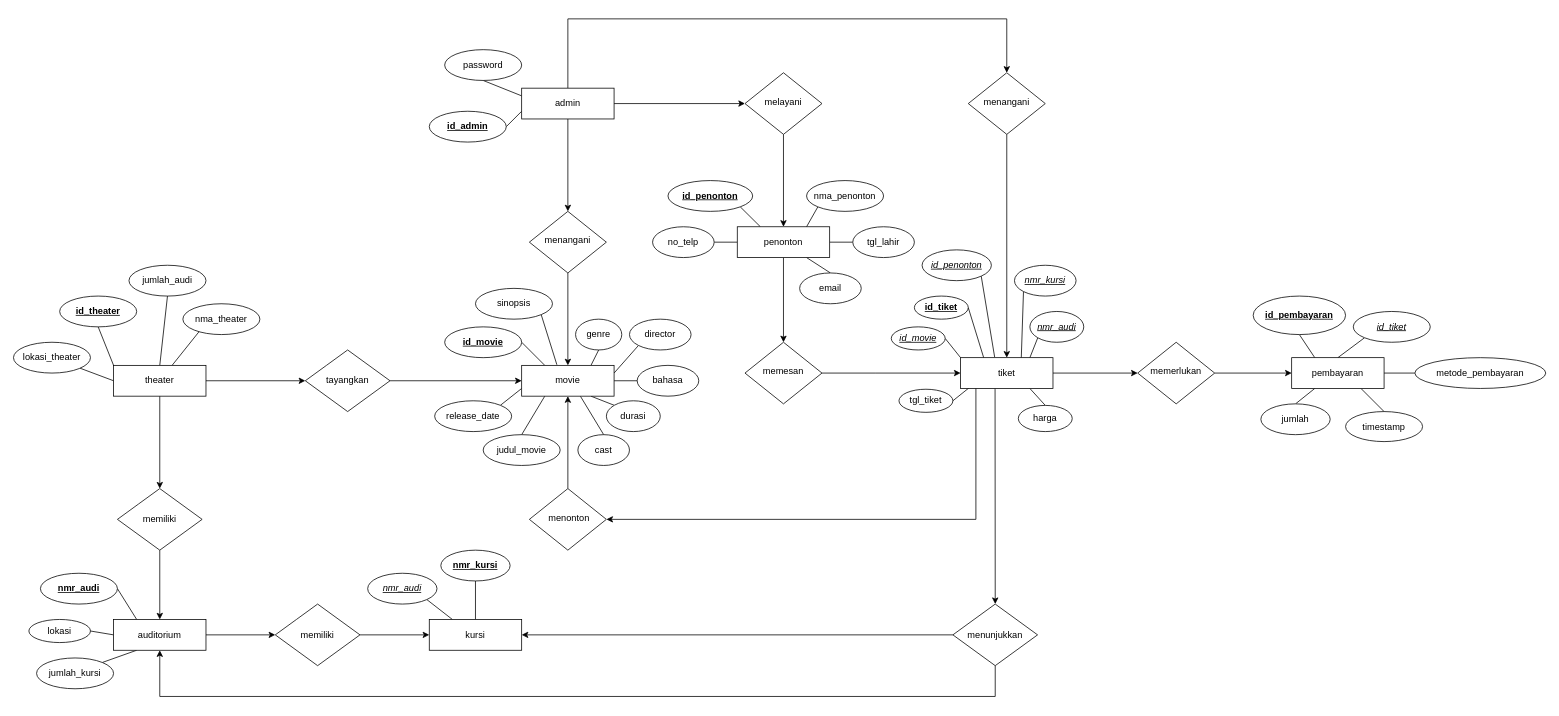
Before: movie_erd.drawio in vinnnna/sistem-basis-data, a draw.io diagram. Source tidied: cells renumbered, new cells numbered last; positions are measured from the earlier drawing's top-left corner, leaving out a move shared by most shapes. Both pictures are drawn from the tidied source at 77%, with x=0, y=0 at pixel (13, 18).
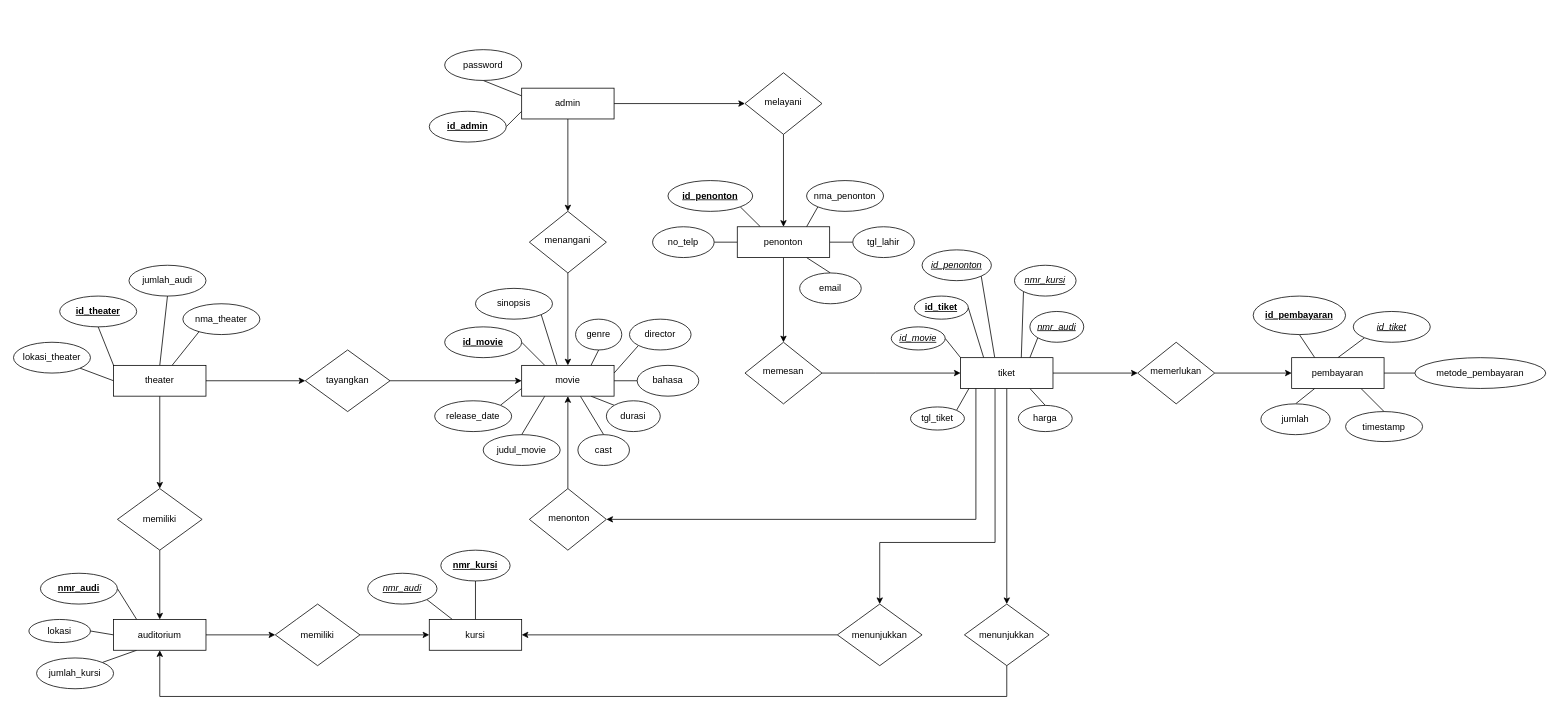
Above is the later version.

Unchanged cells that the change refers to:
```xml
<mxCell id="7" value="admin" style="rounded=1;whiteSpace=wrap;html=1;fontSize=12;glass=0;strokeWidth=1;shadow=0;arcSize=0;" parent="1" vertex="1">
  <mxGeometry x="660" y="90" width="120" height="40" as="geometry" />
</mxCell>
<mxCell id="39" value="tiket" style="rounded=1;whiteSpace=wrap;html=1;fontSize=12;glass=0;strokeWidth=1;shadow=0;arcSize=0;" parent="1" vertex="1">
  <mxGeometry x="1230" y="440" width="120" height="40" as="geometry" />
</mxCell>
<mxCell id="96" value="auditorium" style="rounded=1;whiteSpace=wrap;html=1;fontSize=12;glass=0;strokeWidth=1;shadow=0;arcSize=0;" parent="1" vertex="1">
  <mxGeometry x="130" y="780" width="120" height="40" as="geometry" />
</mxCell>
<mxCell id="101" value="kursi" style="rounded=1;whiteSpace=wrap;html=1;fontSize=12;glass=0;strokeWidth=1;shadow=0;arcSize=0;" parent="1" vertex="1">
  <mxGeometry x="540" y="780" width="120" height="40" as="geometry" />
</mxCell>
```

Change to the diagram source:
```diff
@@
-    <mxCell id="6" style="edgeStyle=orthogonalEdgeStyle;rounded=0;jettySize=auto;html=1;exitX=0.5;exitY=0;exitDx=0;exitDy=0;entryX=0.5;entryY=0;entryDx=0;entryDy=0;" parent="1" edge="1" source="7" target="83">
-      <mxGeometry relative="1" as="geometry">
-        <Array as="points">
-          <mxPoint x="720" />
-          <mxPoint x="1290" />
-        </Array>
-      </mxGeometry>
-    </mxCell>
@@
-    <mxCell id="36" style="rounded=0;jettySize=auto;html=1;exitX=0.097;exitY=0.967;exitDx=0;exitDy=0;entryX=1;entryY=0.5;entryDx=0;entryDy=0;endArrow=none;endFill=0;exitPerimeter=0;" parent="1" edge="1" source="39" target="88">
+    <mxCell id="36" style="rounded=0;jettySize=auto;html=1;exitX=0.097;exitY=0.967;exitDx=0;exitDy=0;entryX=1;entryY=0;entryDx=0;entryDy=0;endArrow=none;endFill=0;exitPerimeter=0;" parent="1" edge="1" source="39" target="88">
       <mxGeometry relative="1" as="geometry" />
     </mxCell>
@@
-    <mxCell id="38" style="edgeStyle=orthogonalEdgeStyle;rounded=0;jettySize=auto;html=1;exitX=0.373;exitY=0.997;exitDx=0;exitDy=0;exitPerimeter=0;entryX=0.5;entryY=0;entryDx=0;entryDy=0;" parent="1" edge="1" source="39" target="114">
+    <mxCell id="38" style="edgeStyle=orthogonalEdgeStyle;rounded=0;jettySize=auto;html=1;exitX=0.373;exitY=0.997;exitDx=0;exitDy=0;exitPerimeter=0;entryX=0.5;entryY=0;entryDx=0;entryDy=0;" parent="1" edge="1" source="39" target="116">
       <mxGeometry relative="1" as="geometry">
         <Array as="points">
-          <mxPoint x="1275" y="481" />
-          <mxPoint x="1275" y="481" />
+          <mxPoint x="1275" y="680" />
+          <mxPoint x="1125" y="680" />
         </Array>
       </mxGeometry>
     </mxCell>
+    <mxCell id="115" style="edgeStyle=orthogonalEdgeStyle;rounded=0;jettySize=auto;html=1;exitX=0.5;exitY=1;exitDx=0;exitDy=0;entryX=0.5;entryY=0;entryDx=0;entryDy=0;" parent="1" edge="1" source="39" target="114">
+      <mxGeometry relative="1" as="geometry" />
+    </mxCell>
@@
-    <mxCell id="82" style="edgeStyle=orthogonalEdgeStyle;rounded=0;jettySize=auto;html=1;entryX=0.5;entryY=0;entryDx=0;entryDy=0;" parent="1" edge="1" source="83" target="39">
-      <mxGeometry relative="1" as="geometry" />
-    </mxCell>
-    <mxCell id="83" value="menangani" style="rhombus;whiteSpace=wrap;html=1;shadow=0;fontFamily=Helvetica;fontSize=12;align=center;strokeWidth=1;spacing=6;spacingTop=-4;" parent="1" vertex="1">
-      <mxGeometry x="1240" y="70" width="100" height="80" as="geometry" />
-    </mxCell>
@@
     <mxCell id="88" value="tgl_tiket" style="ellipse;whiteSpace=wrap;html=1;" parent="1" vertex="1">
-      <mxGeometry x="1150" y="481" width="70" height="30" as="geometry" />
+      <mxGeometry x="1165" y="504" width="70" height="30" as="geometry" />
     </mxCell>
@@
-    <mxCell id="112" style="edgeStyle=orthogonalEdgeStyle;rounded=0;jettySize=auto;html=1;entryX=1;entryY=0.5;entryDx=0;entryDy=0;" parent="1" edge="1" source="114" target="101">
+    <mxCell id="112" style="edgeStyle=orthogonalEdgeStyle;rounded=0;jettySize=auto;html=1;entryX=1;entryY=0.5;entryDx=0;entryDy=0;exitX=0;exitY=0.5;exitDx=0;exitDy=0;" parent="1" edge="1" source="116" target="101">
       <mxGeometry relative="1" as="geometry" />
     </mxCell>
     <mxCell id="113" style="edgeStyle=orthogonalEdgeStyle;rounded=0;jettySize=auto;html=1;exitX=0.5;exitY=1;exitDx=0;exitDy=0;entryX=0.5;entryY=1;entryDx=0;entryDy=0;" parent="1" edge="1" source="114" target="96">
       <mxGeometry relative="1" as="geometry">
         <Array as="points">
-          <mxPoint x="1275" y="880" />
+          <mxPoint x="1290" y="880" />
           <mxPoint x="190" y="880" />
         </Array>
       </mxGeometry>
     </mxCell>
     <mxCell id="114" value="menunjukkan" style="rhombus;whiteSpace=wrap;html=1;rounded=1;glass=0;strokeWidth=1;shadow=0;arcSize=0;" parent="1" vertex="1">
-      <mxGeometry x="1220" y="760" width="110" height="80" as="geometry" />
+      <mxGeometry x="1235" y="760" width="110" height="80" as="geometry" />
     </mxCell>
+    <mxCell id="116" value="menunjukkan" style="rhombus;whiteSpace=wrap;html=1;rounded=1;glass=0;strokeWidth=1;shadow=0;arcSize=0;" parent="1" vertex="1">
+      <mxGeometry x="1070" y="760" width="110" height="80" as="geometry" />
+    </mxCell>
```
